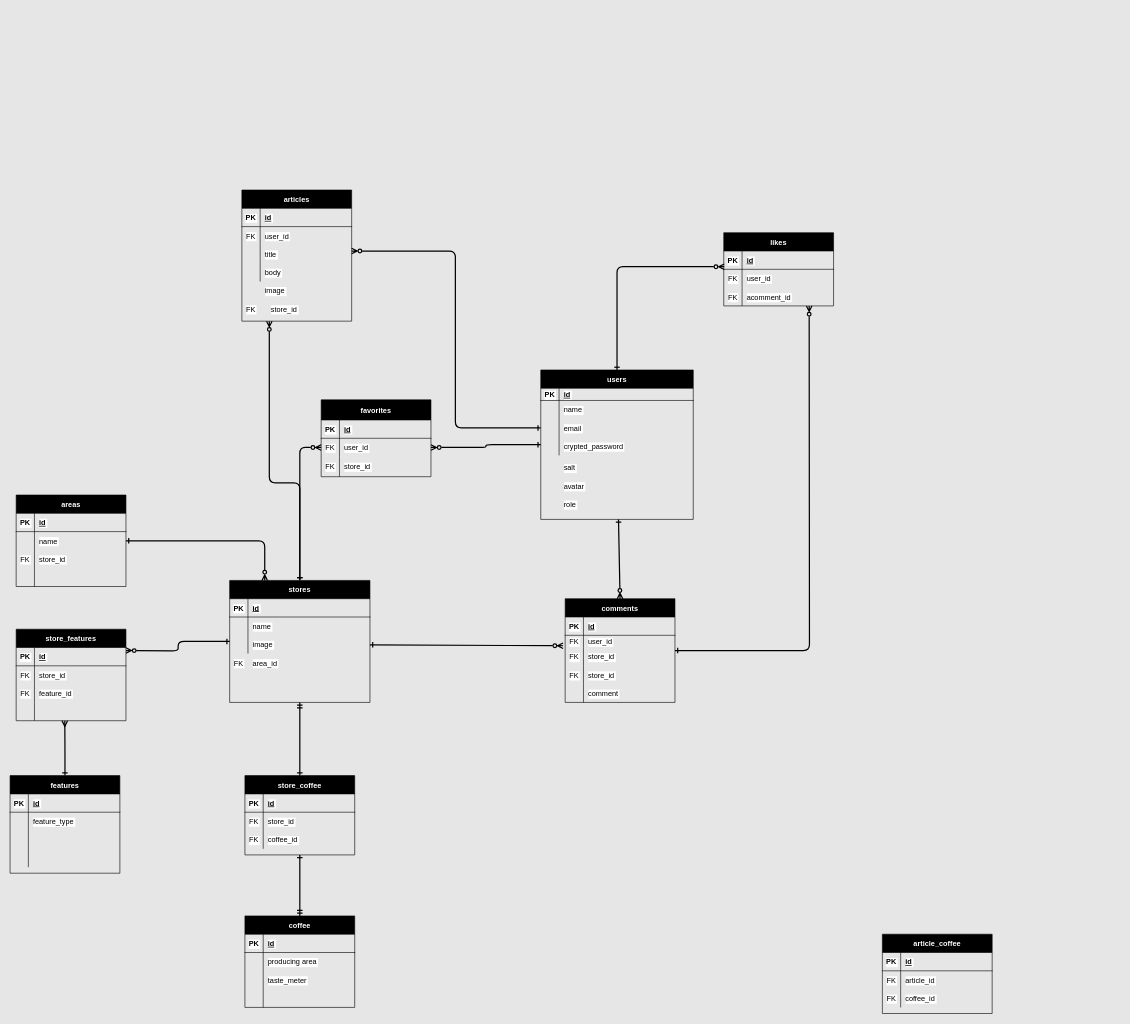
This is er.drawio from oldnew194/cold_brew_app, a draw.io file, before an edit. Source tidied: cells renumbered, new cells numbered last; positions are measured from the earlier drawing's top-left corner, leaving out a move shared by most shapes. Both pictures are drawn from the tidied source at 61%, with x=0, y=0 at pixel (10, 190).
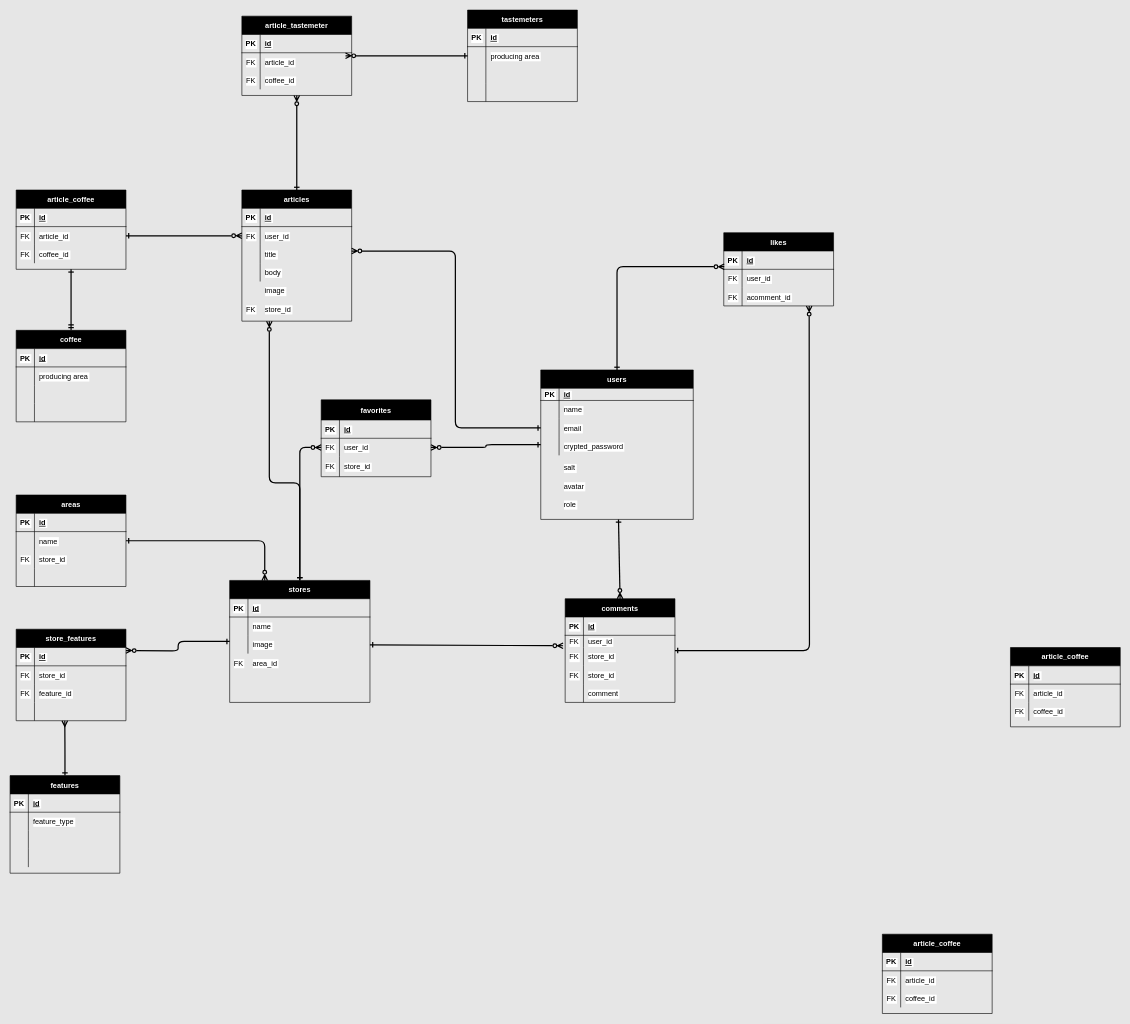
After the change.

The change refers to these unchanged cells:
```xml
<mxCell id="2" value="articles" style="shape=table;startSize=30;childLayout=tableLayout;rowLines=0;fontStyle=1;align=center;fontColor=#FFFFFF;labelBackgroundColor=#000000;swimlaneFillColor=none;gradientColor=none;strokeColor=#000000;fillColor=#000000;" parent="1" vertex="1">
  <mxGeometry x="380" width="180" height="215" as="geometry" />
</mxCell>
<mxCell id="6" style="shape=partialRectangle;fillColor=none;top=0;left=0;bottom=0;right=0;points=[[0,0.5],[1,0.5]];portConstraint=eastwest;fontColor=#000000;labelBackgroundColor=#FFFFFF;strokeColor=#000000;" parent="2" vertex="1">
  <mxGeometry y="60" width="180" height="30" as="geometry" />
</mxCell>
<mxCell id="89" value="stores" style="shape=table;startSize=30;childLayout=tableLayout;rowLines=0;fontStyle=1;align=center;fontColor=#FFFFFF;labelBackgroundColor=#000000;strokeColor=#000000;fillColor=#000000;" parent="1" vertex="1">
  <mxGeometry x="360" y="640" width="230" height="200" as="geometry" />
</mxCell>
<mxCell id="143" style="shape=partialRectangle;fillColor=none;top=0;left=0;bottom=0;right=0;points=[[0,0.5],[1,0.5]];portConstraint=eastwest;fontColor=#000000;labelBackgroundColor=#FFFFFF;strokeColor=#000000;" parent="139" vertex="1">
  <mxGeometry y="60" width="180" height="30" as="geometry" />
</mxCell>
```

Change to the diagram source:
```diff
@@
+    <mxCell id="167" style="edgeStyle=none;html=1;entryX=0.5;entryY=1;entryDx=0;entryDy=0;startArrow=ERone;startFill=0;endArrow=ERzeroToMany;endFill=0;strokeColor=#000000;strokeWidth=2;" parent="1" edge="1" source="2" target="192">
+      <mxGeometry relative="1" as="geometry" />
+    </mxCell>
@@
     <mxCell id="72" value="coffee" style="shape=table;startSize=30;childLayout=tableLayout;rowLines=0;fontStyle=1;align=center;strokeColor=#000000;labelBackgroundColor=#000000;fontColor=#FFFFFF;fillColor=#000000;" parent="1" vertex="1">
-      <mxGeometry x="385" y="1190" width="180" height="150" as="geometry" />
+      <mxGeometry x="10" y="230" width="180" height="150" as="geometry" />
     </mxCell>
@@
+    <mxCell id="82" style="shape=partialRectangle;fillColor=none;top=0;left=0;bottom=0;right=0;strokeColor=#000000;" parent="72" vertex="1">
+      <mxGeometry y="90" width="180" height="30" as="geometry" />
+    </mxCell>
+    <mxCell id="83" style="shape=partialRectangle;fillColor=none;top=0;left=0;bottom=0;right=0;overflow=hidden;strokeColor=#000000;" parent="82" vertex="1">
+      <mxGeometry width="30" height="30" as="geometry" />
+    </mxCell>
+    <mxCell id="84" style="shape=partialRectangle;fillColor=none;top=0;left=0;bottom=0;right=0;align=left;spacingLeft=6;overflow=hidden;strokeColor=#000000;" parent="82" vertex="1">
+      <mxGeometry x="30" width="150" height="30" as="geometry" />
+    </mxCell>
     <mxCell id="79" style="shape=partialRectangle;fillColor=none;top=0;left=0;bottom=0;right=0;fontColor=#000000;labelBackgroundColor=#FFFFFF;strokeColor=#000000;" parent="72" vertex="1">
-      <mxGeometry y="90" width="180" height="30" as="geometry" />
+      <mxGeometry y="120" width="180" height="30" as="geometry" />
     </mxCell>
@@
-    <mxCell id="81" value="taste_meter" style="shape=partialRectangle;fillColor=none;top=0;left=0;bottom=0;right=0;align=left;spacingLeft=6;overflow=hidden;fontColor=#000000;labelBackgroundColor=#FFFFFF;strokeColor=#000000;" parent="79" vertex="1">
+    <mxCell id="81" style="shape=partialRectangle;fillColor=none;top=0;left=0;bottom=0;right=0;align=left;spacingLeft=6;overflow=hidden;fontColor=#000000;labelBackgroundColor=#FFFFFF;strokeColor=#000000;" parent="79" vertex="1">
       <mxGeometry x="30" width="150" height="30" as="geometry" />
     </mxCell>
-    <mxCell id="82" style="shape=partialRectangle;fillColor=none;top=0;left=0;bottom=0;right=0;strokeColor=#000000;" parent="72" vertex="1">
-      <mxGeometry y="120" width="180" height="30" as="geometry" />
-    </mxCell>
-    <mxCell id="83" style="shape=partialRectangle;fillColor=none;top=0;left=0;bottom=0;right=0;overflow=hidden;strokeColor=#000000;" parent="82" vertex="1">
-      <mxGeometry width="30" height="30" as="geometry" />
-    </mxCell>
-    <mxCell id="84" style="shape=partialRectangle;fillColor=none;top=0;left=0;bottom=0;right=0;align=left;spacingLeft=6;overflow=hidden;strokeColor=#000000;" parent="82" vertex="1">
-      <mxGeometry x="30" width="150" height="30" as="geometry" />
-    </mxCell>
@@
-    <mxCell id="87" style="edgeStyle=orthogonalEdgeStyle;html=1;entryX=0.5;entryY=0;entryDx=0;entryDy=0;startArrow=ERmandOne;startFill=0;endArrow=ERone;endFill=0;fontColor=#000000;labelBackgroundColor=#FFFFFF;strokeColor=#000000;strokeWidth=2;" parent="1" edge="1" source="89" target="139">
-      <mxGeometry relative="1" as="geometry" />
-    </mxCell>
@@
-    <mxCell id="139" value="store_coffee" style="shape=table;startSize=30;childLayout=tableLayout;rowLines=0;fontStyle=1;align=center;fontColor=#FFFFFF;labelBackgroundColor=#000000;strokeColor=#000000;fillColor=#000000;" parent="1" vertex="1">
-      <mxGeometry x="385" y="960" width="180" height="130" as="geometry" />
+    <mxCell id="139" value="article_coffee" style="shape=table;startSize=30;childLayout=tableLayout;rowLines=0;fontStyle=1;align=center;fontColor=#FFFFFF;labelBackgroundColor=#000000;strokeColor=#000000;fillColor=#000000;" parent="1" vertex="1">
+      <mxGeometry x="10" width="180" height="130" as="geometry" />
     </mxCell>
@@
-    <mxCell id="145" value="store_id" style="shape=partialRectangle;fillColor=none;top=0;left=0;bottom=0;right=0;align=left;spacingLeft=6;overflow=hidden;fontColor=#000000;labelBackgroundColor=#FFFFFF;strokeColor=#000000;" parent="143" vertex="1">
+    <mxCell id="145" value="article_id" style="shape=partialRectangle;fillColor=none;top=0;left=0;bottom=0;right=0;align=left;spacingLeft=6;overflow=hidden;fontColor=#000000;labelBackgroundColor=#FFFFFF;strokeColor=#000000;" parent="143" vertex="1">
       <mxGeometry x="30" width="150" height="30" as="geometry" />
     </mxCell>
@@
     <mxCell id="163" value="store_id" style="shape=partialRectangle;fillColor=none;top=0;left=0;bottom=0;right=0;align=left;spacingLeft=6;overflow=hidden;fontColor=#000000;labelBackgroundColor=#FFFFFF;strokeColor=#000000;" parent="1" vertex="1">
-      <mxGeometry x="420" y="180" width="150" height="30" as="geometry" />
+      <mxGeometry x="410" y="180" width="150" height="30" as="geometry" />
     </mxCell>
@@
+    <mxCell id="168" style="edgeStyle=none;html=1;entryX=0;entryY=0.5;entryDx=0;entryDy=0;strokeColor=#000000;strokeWidth=2;endArrow=ERzeroToMany;endFill=0;startArrow=ERone;startFill=0;" parent="1" edge="1" source="143" target="6">
+      <mxGeometry relative="1" as="geometry" />
+    </mxCell>
+    <mxCell id="169" value="article_coffee" style="shape=table;startSize=30;childLayout=tableLayout;rowLines=0;fontStyle=1;align=center;fontColor=#FFFFFF;labelBackgroundColor=#000000;strokeColor=#000000;fillColor=#000000;" parent="1" vertex="1">
+      <mxGeometry x="1640" y="750" width="180" height="130" as="geometry" />
+    </mxCell>
+    <mxCell id="170" style="shape=partialRectangle;fillColor=none;top=0;left=0;bottom=1;right=0;fontColor=#000000;labelBackgroundColor=#FFFFFF;strokeColor=#000000;" parent="169" vertex="1">
+      <mxGeometry y="30" width="180" height="30" as="geometry" />
+    </mxCell>
+    <mxCell id="171" value="PK" style="shape=partialRectangle;fillColor=none;top=0;left=0;bottom=0;right=0;fontStyle=1;overflow=hidden;fontColor=#000000;labelBackgroundColor=#FFFFFF;strokeColor=#000000;" parent="170" vertex="1">
+      <mxGeometry width="30" height="30" as="geometry" />
+    </mxCell>
+    <mxCell id="172" value="id" style="shape=partialRectangle;fillColor=none;top=0;left=0;bottom=0;right=0;align=left;spacingLeft=6;fontStyle=5;overflow=hidden;fontColor=#000000;labelBackgroundColor=#FFFFFF;strokeColor=#000000;" parent="170" vertex="1">
+      <mxGeometry x="30" width="150" height="30" as="geometry" />
+    </mxCell>
+    <mxCell id="173" style="shape=partialRectangle;fillColor=none;top=0;left=0;bottom=0;right=0;fontColor=#000000;labelBackgroundColor=#FFFFFF;strokeColor=#000000;" parent="169" vertex="1">
+      <mxGeometry y="60" width="180" height="30" as="geometry" />
+    </mxCell>
+    <mxCell id="174" value="FK" style="shape=partialRectangle;fillColor=none;top=0;left=0;bottom=0;right=0;overflow=hidden;fontColor=#000000;labelBackgroundColor=#FFFFFF;strokeColor=#000000;" parent="173" vertex="1">
+      <mxGeometry width="30" height="30" as="geometry" />
+    </mxCell>
+    <mxCell id="175" value="article_id" style="shape=partialRectangle;fillColor=none;top=0;left=0;bottom=0;right=0;align=left;spacingLeft=6;overflow=hidden;fontColor=#000000;labelBackgroundColor=#FFFFFF;strokeColor=#000000;" parent="173" vertex="1">
+      <mxGeometry x="30" width="150" height="30" as="geometry" />
+    </mxCell>
+    <mxCell id="176" style="shape=partialRectangle;fillColor=none;top=0;left=0;bottom=0;right=0;fontColor=#000000;labelBackgroundColor=#FFFFFF;strokeColor=#000000;" parent="169" vertex="1">
+      <mxGeometry y="90" width="180" height="30" as="geometry" />
+    </mxCell>
+    <mxCell id="177" value="FK" style="shape=partialRectangle;fillColor=none;top=0;left=0;bottom=0;right=0;overflow=hidden;fontColor=#000000;labelBackgroundColor=#FFFFFF;strokeColor=#000000;" parent="176" vertex="1">
+      <mxGeometry width="30" height="30" as="geometry" />
+    </mxCell>
+    <mxCell id="178" value="coffee_id" style="shape=partialRectangle;fillColor=none;top=0;left=0;bottom=0;right=0;align=left;spacingLeft=6;overflow=hidden;fontColor=#000000;labelBackgroundColor=#FFFFFF;strokeColor=#000000;" parent="176" vertex="1">
+      <mxGeometry x="30" width="150" height="30" as="geometry" />
+    </mxCell>
+    <mxCell id="179" value="tastemeters" style="shape=table;startSize=30;childLayout=tableLayout;rowLines=0;fontStyle=1;align=center;strokeColor=#000000;labelBackgroundColor=#000000;fontColor=#FFFFFF;fillColor=#000000;" parent="1" vertex="1">
+      <mxGeometry x="750" y="-295" width="180" height="150" as="geometry" />
+    </mxCell>
+    <mxCell id="180" style="shape=partialRectangle;fillColor=none;top=0;left=0;bottom=1;right=0;fontColor=#000000;labelBackgroundColor=#FFFFFF;strokeColor=#000000;" parent="179" vertex="1">
+      <mxGeometry y="30" width="180" height="30" as="geometry" />
+    </mxCell>
+    <mxCell id="181" value="PK" style="shape=partialRectangle;fillColor=none;top=0;left=0;bottom=0;right=0;fontStyle=1;overflow=hidden;fontColor=#000000;labelBackgroundColor=#FFFFFF;strokeColor=#000000;" parent="180" vertex="1">
+      <mxGeometry width="30" height="30" as="geometry" />
+    </mxCell>
+    <mxCell id="182" value="id" style="shape=partialRectangle;fillColor=none;top=0;left=0;bottom=0;right=0;align=left;spacingLeft=6;fontStyle=5;overflow=hidden;fontColor=#000000;labelBackgroundColor=#FFFFFF;strokeColor=#000000;" parent="180" vertex="1">
+      <mxGeometry x="30" width="150" height="30" as="geometry" />
+    </mxCell>
+    <mxCell id="183" style="shape=partialRectangle;fillColor=none;top=0;left=0;bottom=0;right=0;points=[[0,0.5],[1,0.5]];portConstraint=eastwest;fontColor=#000000;labelBackgroundColor=#FFFFFF;strokeColor=#000000;" parent="179" vertex="1">
+      <mxGeometry y="60" width="180" height="30" as="geometry" />
+    </mxCell>
+    <mxCell id="184" style="shape=partialRectangle;fillColor=none;top=0;left=0;bottom=0;right=0;overflow=hidden;fontColor=#000000;labelBackgroundColor=#FFFFFF;strokeColor=#000000;" parent="183" vertex="1">
+      <mxGeometry width="30" height="30" as="geometry" />
+    </mxCell>
+    <mxCell id="185" value="producing area" style="shape=partialRectangle;fillColor=none;top=0;left=0;bottom=0;right=0;align=left;spacingLeft=6;overflow=hidden;fontColor=#000000;labelBackgroundColor=#FFFFFF;strokeColor=#000000;" parent="183" vertex="1">
+      <mxGeometry x="30" width="150" height="30" as="geometry" />
+    </mxCell>
+    <mxCell id="186" style="shape=partialRectangle;fillColor=none;top=0;left=0;bottom=0;right=0;strokeColor=#000000;" parent="179" vertex="1">
+      <mxGeometry y="90" width="180" height="30" as="geometry" />
+    </mxCell>
+    <mxCell id="187" style="shape=partialRectangle;fillColor=none;top=0;left=0;bottom=0;right=0;overflow=hidden;strokeColor=#000000;" parent="186" vertex="1">
+      <mxGeometry width="30" height="30" as="geometry" />
+    </mxCell>
+    <mxCell id="188" style="shape=partialRectangle;fillColor=none;top=0;left=0;bottom=0;right=0;align=left;spacingLeft=6;overflow=hidden;strokeColor=#000000;" parent="186" vertex="1">
+      <mxGeometry x="30" width="150" height="30" as="geometry" />
+    </mxCell>
+    <mxCell id="189" style="shape=partialRectangle;fillColor=none;top=0;left=0;bottom=0;right=0;fontColor=#000000;labelBackgroundColor=#FFFFFF;strokeColor=#000000;" parent="179" vertex="1">
+      <mxGeometry y="120" width="180" height="30" as="geometry" />
+    </mxCell>
+    <mxCell id="190" style="shape=partialRectangle;fillColor=none;top=0;left=0;bottom=0;right=0;overflow=hidden;fontColor=#000000;labelBackgroundColor=#FFFFFF;strokeColor=#000000;" parent="189" vertex="1">
+      <mxGeometry width="30" height="30" as="geometry" />
+    </mxCell>
+    <mxCell id="191" style="shape=partialRectangle;fillColor=none;top=0;left=0;bottom=0;right=0;align=left;spacingLeft=6;overflow=hidden;fontColor=#000000;labelBackgroundColor=#FFFFFF;strokeColor=#000000;" parent="189" vertex="1">
+      <mxGeometry x="30" width="150" height="30" as="geometry" />
+    </mxCell>
+    <mxCell id="192" value="article_tastemeter" style="shape=table;startSize=30;childLayout=tableLayout;rowLines=0;fontStyle=1;align=center;fontColor=#FFFFFF;labelBackgroundColor=#000000;strokeColor=#000000;fillColor=#000000;" parent="1" vertex="1">
+      <mxGeometry x="380" y="-285" width="180" height="130" as="geometry" />
+    </mxCell>
+    <mxCell id="193" style="shape=partialRectangle;fillColor=none;top=0;left=0;bottom=1;right=0;fontColor=#000000;labelBackgroundColor=#FFFFFF;strokeColor=#000000;" parent="192" vertex="1">
+      <mxGeometry y="30" width="180" height="30" as="geometry" />
+    </mxCell>
+    <mxCell id="194" value="PK" style="shape=partialRectangle;fillColor=none;top=0;left=0;bottom=0;right=0;fontStyle=1;overflow=hidden;fontColor=#000000;labelBackgroundColor=#FFFFFF;strokeColor=#000000;" parent="193" vertex="1">
+      <mxGeometry width="30" height="30" as="geometry" />
+    </mxCell>
+    <mxCell id="195" value="id" style="shape=partialRectangle;fillColor=none;top=0;left=0;bottom=0;right=0;align=left;spacingLeft=6;fontStyle=5;overflow=hidden;fontColor=#000000;labelBackgroundColor=#FFFFFF;strokeColor=#000000;" parent="193" vertex="1">
+      <mxGeometry x="30" width="150" height="30" as="geometry" />
+    </mxCell>
+    <mxCell id="196" style="shape=partialRectangle;fillColor=none;top=0;left=0;bottom=0;right=0;points=[[0,0.5],[1,0.5]];portConstraint=eastwest;fontColor=#000000;labelBackgroundColor=#FFFFFF;strokeColor=#000000;" parent="192" vertex="1">
+      <mxGeometry y="60" width="180" height="30" as="geometry" />
+    </mxCell>
+    <mxCell id="197" value="FK" style="shape=partialRectangle;fillColor=none;top=0;left=0;bottom=0;right=0;overflow=hidden;fontColor=#000000;labelBackgroundColor=#FFFFFF;strokeColor=#000000;" parent="196" vertex="1">
+      <mxGeometry width="30" height="30" as="geometry" />
+    </mxCell>
+    <mxCell id="198" value="article_id" style="shape=partialRectangle;fillColor=none;top=0;left=0;bottom=0;right=0;align=left;spacingLeft=6;overflow=hidden;fontColor=#000000;labelBackgroundColor=#FFFFFF;strokeColor=#000000;" parent="196" vertex="1">
+      <mxGeometry x="30" width="150" height="30" as="geometry" />
+    </mxCell>
+    <mxCell id="199" style="shape=partialRectangle;fillColor=none;top=0;left=0;bottom=0;right=0;fontColor=#000000;labelBackgroundColor=#FFFFFF;strokeColor=#000000;" parent="192" vertex="1">
+      <mxGeometry y="90" width="180" height="30" as="geometry" />
+    </mxCell>
+    <mxCell id="200" value="FK" style="shape=partialRectangle;fillColor=none;top=0;left=0;bottom=0;right=0;overflow=hidden;fontColor=#000000;labelBackgroundColor=#FFFFFF;strokeColor=#000000;" parent="199" vertex="1">
+      <mxGeometry width="30" height="30" as="geometry" />
+    </mxCell>
+    <mxCell id="201" value="coffee_id" style="shape=partialRectangle;fillColor=none;top=0;left=0;bottom=0;right=0;align=left;spacingLeft=6;overflow=hidden;fontColor=#000000;labelBackgroundColor=#FFFFFF;strokeColor=#000000;" parent="199" vertex="1">
+      <mxGeometry x="30" width="150" height="30" as="geometry" />
+    </mxCell>
+    <mxCell id="202" style="edgeStyle=none;html=1;entryX=0.944;entryY=0.167;entryDx=0;entryDy=0;entryPerimeter=0;startArrow=ERone;startFill=0;endArrow=ERzeroToMany;endFill=0;strokeColor=#000000;strokeWidth=2;" parent="1" edge="1" source="183" target="196">
+      <mxGeometry relative="1" as="geometry" />
+    </mxCell>
```
